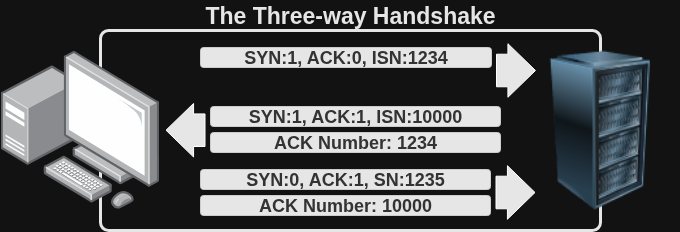
Above: assets/imgs/cheatsheets/networking_cs/three-way_handshake.png in Futsec/s-mastering-linux-jannis-seemann (draw.io), before the change. Source tidied: cells renumbered, new cells last; positions are measured from the earlier drawing's top-left corner, leaving out a move shared by most shapes.
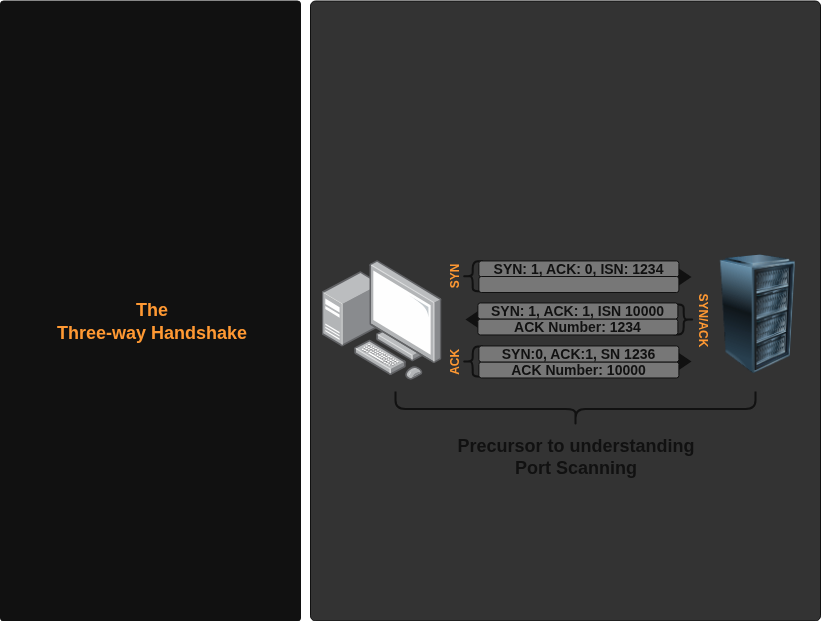
Later version of the same file.

Diff of the diagram source:
```diff
@@ -2,62 +2,83 @@
   <root>
     <mxCell id="0" />
     <mxCell id="1" parent="0" />
-    <mxCell id="2" style="rounded=1;whiteSpace=wrap;html=1;fillColor=none;strokeColor=#E6E6E6;arcSize=4;strokeWidth=3;" parent="1" vertex="1">
-      <mxGeometry x="100" y="30" width="500" height="200" as="geometry" />
+    <mxCell id="2" style="rounded=1;whiteSpace=wrap;html=1;fillColor=#111111;arcSize=1;strokeColor=#111111;" parent="1" vertex="1">
+      <mxGeometry x="5070" y="-1450.5" width="300" height="620" as="geometry" />
     </mxCell>
-    <mxCell id="3" style="image;html=1;align=center;shadow=0;dashed=0;image=img/lib/allied_telesis/computer_and_terminals/Personal_Computer_with_Server.svg;" parent="1" vertex="1">
-      <mxGeometry y="50" width="158.5" height="158.5" as="geometry" />
+    <mxCell id="3" style="rounded=1;whiteSpace=wrap;html=1;fillColor=#333333;arcSize=1;strokeColor=#111111;fontColor=#99FFFF;" parent="1" vertex="1">
+      <mxGeometry x="5380" y="-1450.5" width="510" height="620" as="geometry" />
     </mxCell>
-    <mxCell id="4" style="image;html=1;image=img/lib/clip_art/computers/Server_Rack_128x128.png;" parent="1" vertex="1">
-      <mxGeometry x="519.5" y="50" width="160.5" height="160" as="geometry" />
+    <mxCell id="4" style="image;html=1;align=center;shadow=0;dashed=0;image=img/lib/allied_telesis/computer_and_terminals/Personal_Computer_with_Server.svg;" parent="1" vertex="1">
+      <mxGeometry x="5391" y="-1191.5" width="120" height="120" as="geometry" />
     </mxCell>
-    <mxCell id="5" value="&lt;font style=&quot;font-size: 18px;&quot;&gt;&lt;b&gt;ACK Number: 1234&lt;/b&gt;&lt;/font&gt;" style="rounded=1;whiteSpace=wrap;html=1;fillColor=#E6E6E6;fontColor=#333333;strokeColor=#CCCCCC;" parent="1" vertex="1">
-      <mxGeometry x="210" y="132" width="290" height="20" as="geometry" />
+    <mxCell id="5" style="image;html=1;image=img/lib/clip_art/computers/Server_Rack_128x128.png;" parent="1" vertex="1">
+      <mxGeometry x="5767" y="-1197.5" width="120" height="120" as="geometry" />
     </mxCell>
-    <mxCell id="6" value="&lt;font style=&quot;font-size: 18px;&quot;&gt;&lt;b&gt;ACK Number: 10000&lt;/b&gt;&lt;/font&gt;" style="rounded=1;whiteSpace=wrap;html=1;fillColor=#E6E6E6;fontColor=#333333;strokeColor=#CCCCCC;" parent="1" vertex="1">
-      <mxGeometry x="200" y="195" width="290" height="20" as="geometry" />
+    <mxCell id="6" style="endArrow=classic;html=1;rounded=0;strokeColor=#FF0080;" parent="1" edge="1">
+      <mxGeometry relative="1" as="geometry">
+        <mxPoint x="5459" y="-1121.5" as="sourcePoint" />
+        <mxPoint x="5459.3" y="-1121.1" as="targetPoint" />
+      </mxGeometry>
     </mxCell>
     <mxCell id="7" style="endArrow=classic;html=1;rounded=0;strokeColor=#FF0080;" parent="1" edge="1">
       <mxGeometry relative="1" as="geometry">
-        <mxPoint x="178" y="70" as="sourcePoint" />
-        <mxPoint x="178.3" y="70.4" as="targetPoint" />
+        <mxPoint x="5546.4" y="-875" as="sourcePoint" />
+        <mxPoint x="5546.7" y="-874.9" as="targetPoint" />
       </mxGeometry>
     </mxCell>
-    <mxCell id="8" style="endArrow=classic;html=1;rounded=0;strokeColor=#FF0080;" parent="1" edge="1">
-      <mxGeometry relative="1" as="geometry">
-        <mxPoint x="178" y="190" as="sourcePoint" />
-        <mxPoint x="178.4" y="190.1" as="targetPoint" />
-      </mxGeometry>
+    <mxCell id="8" value="&lt;div style=&quot;line-height: 0%;&quot;&gt;&lt;h4 tabindex=&quot;-1&quot; class=&quot;heading-element&quot; dir=&quot;auto&quot;&gt;The&lt;/h4&gt;&lt;div&gt;Three-way Handshake&lt;/div&gt;&lt;/div&gt;" style="text;strokeColor=none;fillColor=none;html=1;fontSize=18;fontStyle=1;verticalAlign=middle;align=center;rotation=0;fontColor=#FF9933;horizontal=1;spacingTop=0;spacing=2;" parent="1" vertex="1">
+      <mxGeometry x="5071" y="-1430.5" width="299" height="580" as="geometry" />
     </mxCell>
-    <mxCell id="9" value="&lt;font style=&quot;font-size: 23px;&quot;&gt;&lt;b style=&quot;&quot;&gt;The Three-way Handshake&lt;/b&gt;&lt;/font&gt;" style="text;html=1;align=center;verticalAlign=middle;whiteSpace=wrap;rounded=0;fontColor=#E6E6E6;" parent="1" vertex="1">
-      <mxGeometry x="196.9" width="306.2" height="30" as="geometry" />
+    <mxCell id="9" style="triangle;whiteSpace=wrap;html=1;fillColor=#111111;strokeColor=none;rotation=-180;" parent="1" vertex="1">
+      <mxGeometry x="5535" y="-1145.5" width="20" height="27" as="geometry" />
     </mxCell>
-    <mxCell id="10" value="&lt;b style=&quot;font-size: 18px;&quot;&gt;&lt;font style=&quot;&quot;&gt;SYN:1, ACK:0, ISN:1234&lt;/font&gt;&lt;/b&gt;" style="rounded=1;whiteSpace=wrap;html=1;fillColor=#E6E6E6;fontColor=#333333;strokeColor=#CCCCCC;" parent="1" vertex="1">
-      <mxGeometry x="200" y="47" width="291" height="20" as="geometry" />
+    <mxCell id="10" style="triangle;whiteSpace=wrap;html=1;fillColor=#111111;strokeColor=none;rotation=0;" parent="1" vertex="1">
+      <mxGeometry x="5741" y="-1103.5" width="20" height="27" as="geometry" />
     </mxCell>
-    <mxCell id="11" value="&lt;b style=&quot;font-size: 18px;&quot;&gt;&lt;font style=&quot;&quot;&gt;SYN:1, ACK:1, ISN:10000&lt;/font&gt;&lt;/b&gt;" style="rounded=1;whiteSpace=wrap;html=1;fillColor=#E6E6E6;fontColor=#333333;strokeColor=#CCCCCC;" parent="1" vertex="1">
-      <mxGeometry x="210" y="106" width="290" height="20" as="geometry" />
+    <mxCell id="11" style="triangle;whiteSpace=wrap;html=1;fillColor=#111111;strokeColor=none;rotation=0;" parent="1" vertex="1">
+      <mxGeometry x="5741" y="-1188.1" width="20" height="27" as="geometry" />
     </mxCell>
-    <mxCell id="12" value="&lt;font style=&quot;font-size: 18px;&quot;&gt;&lt;b&gt;SYN:0, ACK:1, SN:1235&lt;/b&gt;&lt;/font&gt;" style="rounded=1;whiteSpace=wrap;html=1;fillColor=#E6E6E6;fontColor=#333333;strokeColor=#CCCCCC;" parent="1" vertex="1">
-      <mxGeometry x="200" y="169" width="290" height="20" as="geometry" />
+    <mxCell id="12" style="shape=curlyBracket;whiteSpace=wrap;html=1;rounded=1;labelPosition=left;verticalLabelPosition=middle;align=right;verticalAlign=middle;strokeWidth=2;strokeColor=#111111;" parent="1" vertex="1">
+      <mxGeometry x="5532" y="-1105" width="20.4" height="30" as="geometry" />
     </mxCell>
-    <mxCell id="13" style="shape=flexArrow;endArrow=classic;html=1;rounded=0;width=32.57142857142857;endSize=8.857142857142858;fillColor=#E6E6E6;" parent="1" edge="1">
-      <mxGeometry relative="1" as="geometry">
-        <mxPoint x="205" y="129.7" as="sourcePoint" />
-        <mxPoint x="165" y="129.7" as="targetPoint" />
-      </mxGeometry>
+    <mxCell id="13" style="shape=curlyBracket;whiteSpace=wrap;html=1;rounded=1;labelPosition=left;verticalLabelPosition=middle;align=right;verticalAlign=middle;strokeWidth=2;strokeColor=#111111;" parent="1" vertex="1">
+      <mxGeometry x="5532" y="-1190.4" width="20.4" height="30" as="geometry" />
     </mxCell>
-    <mxCell id="14" style="shape=flexArrow;endArrow=classic;html=1;rounded=0;width=32.57142857142857;endSize=8.857142857142858;fillColor=#E6E6E6;" parent="1" edge="1">
-      <mxGeometry relative="1" as="geometry">
-        <mxPoint x="495" y="192" as="sourcePoint" />
-        <mxPoint x="535" y="192" as="targetPoint" />
-      </mxGeometry>
+    <mxCell id="14" style="shape=curlyBracket;whiteSpace=wrap;html=1;rounded=1;labelPosition=left;verticalLabelPosition=middle;align=right;verticalAlign=middle;strokeWidth=2;strokeColor=#111111;rotation=-180;" parent="1" vertex="1">
+      <mxGeometry x="5743" y="-1147.1" width="20.4" height="30" as="geometry" />
     </mxCell>
-    <mxCell id="15" style="shape=flexArrow;endArrow=classic;html=1;rounded=0;width=32.57142857142857;endSize=8.857142857142858;fillColor=#E6E6E6;" parent="1" edge="1">
-      <mxGeometry relative="1" as="geometry">
-        <mxPoint x="495.5" y="70" as="sourcePoint" />
-        <mxPoint x="535.5" y="70" as="targetPoint" />
-      </mxGeometry>
+    <mxCell id="15" value="&lt;font&gt;&lt;span&gt;ACK Number: 1234&lt;/span&gt;&lt;/font&gt;" style="rounded=1;whiteSpace=wrap;html=1;fillColor=#777777;fontColor=#111111;strokeColor=#111111;fontSize=14;fontStyle=1;" parent="1" vertex="1">
+      <mxGeometry x="5547.4" y="-1132.5" width="200" height="16" as="geometry" />
     </mxCell>
+    <mxCell id="16" value="&lt;font&gt;&lt;span&gt;SYN: 1, ACK: 1, ISN 10000&lt;/span&gt;&lt;/font&gt;" style="rounded=1;whiteSpace=wrap;html=1;fillColor=#777777;fontColor=#111111;strokeColor=#111111;fontSize=14;fontStyle=1;" parent="1" vertex="1">
+      <mxGeometry x="5547.4" y="-1148.5" width="200" height="16" as="geometry" />
+    </mxCell>
+    <mxCell id="17" value="&lt;font&gt;&lt;span&gt;ACK Number: 10000&lt;/span&gt;&lt;/font&gt;" style="rounded=1;whiteSpace=wrap;html=1;fillColor=#777777;fontColor=#111111;strokeColor=#111111;fontSize=14;fontStyle=1;" parent="1" vertex="1">
+      <mxGeometry x="5548.4" y="-1089.5" width="200" height="16" as="geometry" />
+    </mxCell>
+    <mxCell id="18" value="&lt;font&gt;&lt;span&gt;SYN:0, ACK:1, SN 1236&lt;/span&gt;&lt;/font&gt;" style="rounded=1;whiteSpace=wrap;html=1;fillColor=#777777;fontColor=#111111;strokeColor=#111111;fontSize=14;fontStyle=1;" parent="1" vertex="1">
+      <mxGeometry x="5548.4" y="-1105.5" width="200" height="16" as="geometry" />
+    </mxCell>
+    <mxCell id="19" value="&lt;font&gt;&lt;span&gt;SYN: 1, ACK: 0, ISN: 1234&lt;/span&gt;&lt;/font&gt;" style="rounded=1;whiteSpace=wrap;html=1;fillColor=#777777;fontColor=#111111;strokeColor=#111111;fontSize=14;fontStyle=1;" parent="1" vertex="1">
+      <mxGeometry x="5548.4" y="-1190.5" width="200" height="16" as="geometry" />
+    </mxCell>
+    <mxCell id="20" style="rounded=1;whiteSpace=wrap;html=1;fillColor=#777777;fontColor=#111111;strokeColor=#111111;fontSize=14;fontStyle=1;" parent="1" vertex="1">
+      <mxGeometry x="5548.4" y="-1175" width="200" height="16" as="geometry" />
+    </mxCell>
+    <mxCell id="21" value="SYN" style="text;strokeColor=none;fillColor=none;html=1;fontSize=12;fontStyle=1;verticalAlign=middle;align=center;rotation=-90;fontColor=#FF9933;" parent="1" vertex="1">
+      <mxGeometry x="5505.4" y="-1185.6" width="40" height="20" as="geometry" />
+    </mxCell>
+    <mxCell id="22" value="SYN/ACK" style="text;strokeColor=none;fillColor=none;html=1;fontSize=12;fontStyle=1;verticalAlign=middle;align=center;rotation=90;fontColor=#FF9933;" parent="1" vertex="1">
+      <mxGeometry x="5741.6" y="-1141.2" width="61.6" height="20" as="geometry" />
+    </mxCell>
+    <mxCell id="23" value="ACK" style="text;strokeColor=none;fillColor=none;html=1;fontSize=12;fontStyle=1;verticalAlign=middle;align=center;rotation=-90;fontColor=#FF9933;" parent="1" vertex="1">
+      <mxGeometry x="5505.4" y="-1099.5" width="40" height="20" as="geometry" />
+    </mxCell>
+    <mxCell id="24" style="shape=curlyBracket;whiteSpace=wrap;html=1;rounded=1;flipH=1;labelPosition=right;verticalLabelPosition=middle;align=left;verticalAlign=middle;rotation=90;strokeWidth=2;strokeColor=#111111;" parent="1" vertex="1">
+      <mxGeometry x="5627.5" y="-1222.5" width="35" height="360" as="geometry" />
+    </mxCell>
+    <mxCell id="25" value="Precursor to understanding&lt;div&gt;Port Scanning&lt;/div&gt;" style="text;strokeColor=none;fillColor=none;html=1;fontSize=18;fontStyle=1;verticalAlign=middle;align=center;fontColor=#111111;" parent="1" vertex="1">
+      <mxGeometry x="5460" y="-1029.3" width="370" height="69.3" as="geometry" />
+    </mxCell>
   </root>
 </mxGraphModel>
```
